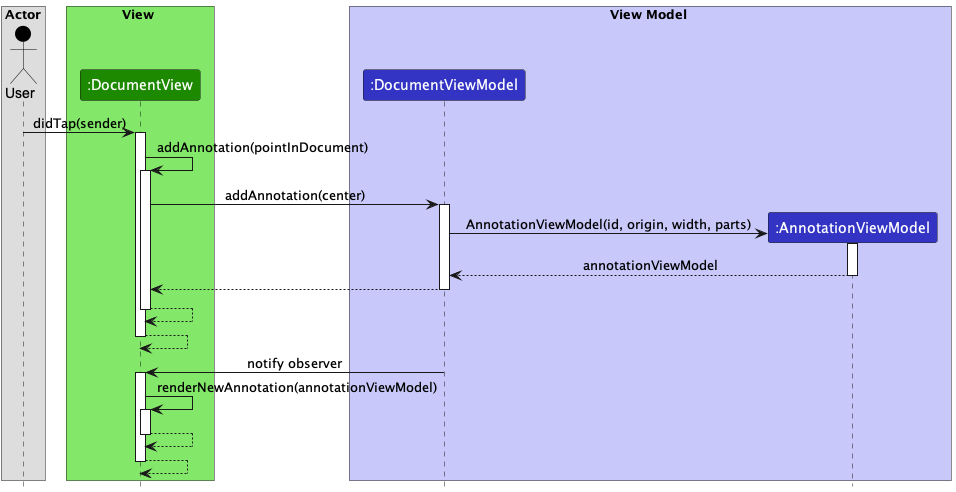
Earlier version of the PlantUML export docs/diagrams/add-annotation-sequence-diagram.png (Annotato/annotato).
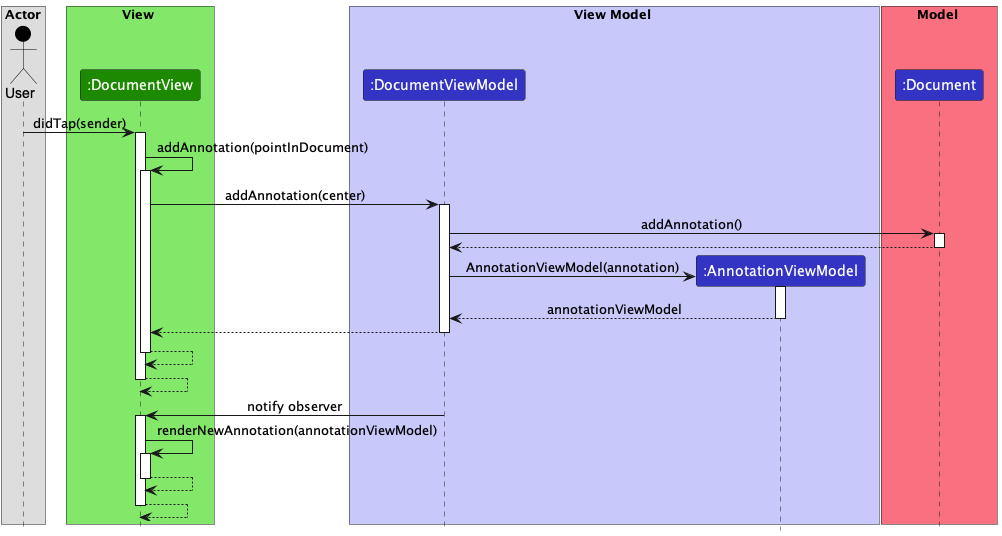
The same diagram one commit later.

Commit message:
Update sequence diagram

Diff of the diagram source:
```diff
@@ -14,6 +14,10 @@
 participant ":AnnotationViewModel" as AnnotationViewModel VIEW_MODEL_COLOR
 end box
 
+box Model MODEL_BACKGROUND_COLOR
+participant ":Document" as Document VIEW_MODEL_COLOR
+end box
+
 User -> DocumentView : didTap(sender)
 activate DocumentView
 
@@ -23,8 +27,13 @@
 DocumentView -> DocumentViewModel : addAnnotation(center)
 activate DocumentViewModel
 
+DocumentViewModel -> Document : addAnnotation()
+activate Document
+Document --> DocumentViewModel
+deactivate Document
+
 create AnnotationViewModel
-DocumentViewModel -> AnnotationViewModel : AnnotationViewModel(id, origin, width, parts)
+DocumentViewModel -> AnnotationViewModel : AnnotationViewModel(annotation)
 activate AnnotationViewModel
 
 AnnotationViewModel --> DocumentViewModel : annotationViewModel
```
